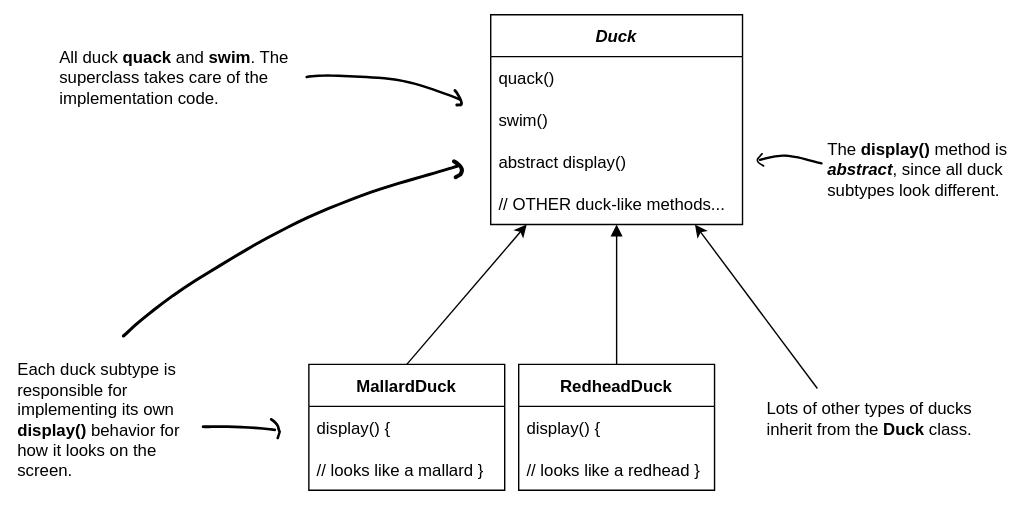
Above: head-first-design-patterns/diagrams/svg/01_duck_superclass.drawio.svg in huyurt/book-summary (draw.io), before the change. Source tidied: cells renumbered, new cells last; positions are measured from the earlier drawing's top-left corner, leaving out a move shared by most shapes.
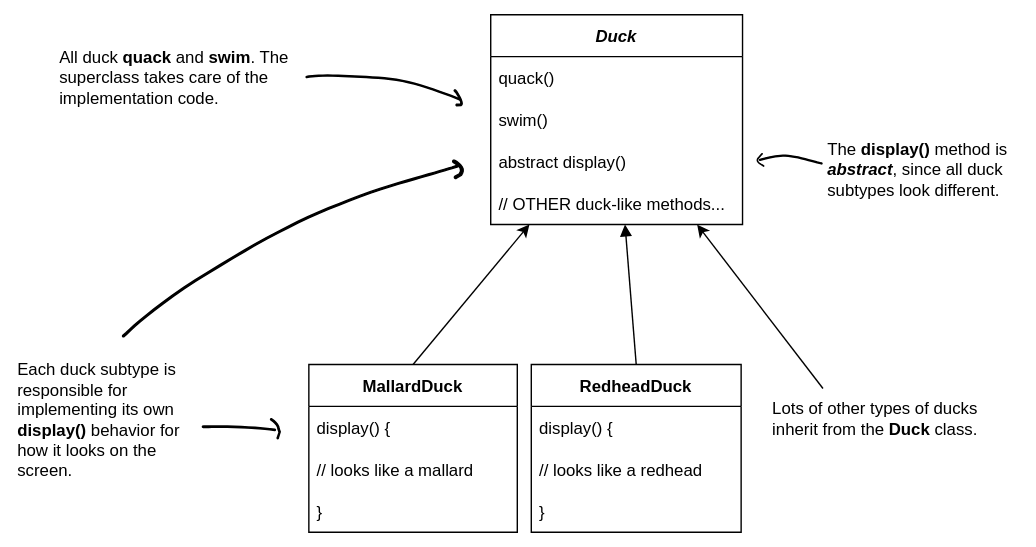
Above is the later version.

The edit, as a diff of the source:
```diff
@@ -18,23 +18,29 @@
       <mxGeometry y="120" width="180" height="30" as="geometry" />
     </mxCell>
     <mxCell id="7" value="MallardDuck" style="swimlane;fontStyle=1;horizontal=1;startSize=30;" parent="1" vertex="1">
-      <mxGeometry x="210" y="250" width="140" height="90" as="geometry" />
+      <mxGeometry x="210" y="250" width="149" height="120" as="geometry" />
     </mxCell>
     <mxCell id="8" value="display() {" style="text;strokeColor=none;fillColor=none;align=left;verticalAlign=middle;spacingLeft=4;spacingRight=4;overflow=hidden;" parent="7" vertex="1">
-      <mxGeometry y="30" width="140" height="30" as="geometry" />
+      <mxGeometry y="30" width="149" height="30" as="geometry" />
     </mxCell>
-    <mxCell id="9" value="// looks like a mallard }" style="text;strokeColor=none;fillColor=none;align=left;verticalAlign=middle;spacingLeft=4;spacingRight=4;overflow=hidden;" parent="7" vertex="1">
-      <mxGeometry y="60" width="140" height="30" as="geometry" />
+    <mxCell id="9" value="// looks like a mallard" style="text;strokeColor=none;fillColor=none;align=left;verticalAlign=middle;spacingLeft=4;spacingRight=4;overflow=hidden;" parent="7" vertex="1">
+      <mxGeometry y="60" width="149" height="30" as="geometry" />
     </mxCell>
+    <mxCell id="28" value="}" style="text;strokeColor=none;fillColor=none;align=left;verticalAlign=middle;spacingLeft=4;spacingRight=4;overflow=hidden;" parent="7" vertex="1">
+      <mxGeometry y="90" width="149" height="30" as="geometry" />
+    </mxCell>
     <mxCell id="10" value="RedheadDuck" style="swimlane;fontStyle=1;horizontal=1;startSize=30;" parent="1" vertex="1">
-      <mxGeometry x="360" y="250" width="140" height="90" as="geometry" />
+      <mxGeometry x="369" y="250" width="150" height="120" as="geometry" />
     </mxCell>
     <mxCell id="11" value="display() {" style="text;strokeColor=none;fillColor=none;align=left;verticalAlign=middle;spacingLeft=4;spacingRight=4;overflow=hidden;" parent="10" vertex="1">
-      <mxGeometry y="30" width="140" height="30" as="geometry" />
+      <mxGeometry y="30" width="150" height="30" as="geometry" />
     </mxCell>
-    <mxCell id="12" value="// looks like a redhead }" style="text;strokeColor=none;fillColor=none;align=left;verticalAlign=middle;spacingLeft=4;spacingRight=4;overflow=hidden;" parent="10" vertex="1">
-      <mxGeometry y="60" width="140" height="30" as="geometry" />
+    <mxCell id="12" value="// looks like a redhead" style="text;strokeColor=none;fillColor=none;align=left;verticalAlign=middle;spacingLeft=4;spacingRight=4;overflow=hidden;" parent="10" vertex="1">
+      <mxGeometry y="60" width="150" height="30" as="geometry" />
     </mxCell>
+    <mxCell id="29" value="}" style="text;strokeColor=none;fillColor=none;align=left;verticalAlign=middle;spacingLeft=4;spacingRight=4;overflow=hidden;" parent="10" vertex="1">
+      <mxGeometry y="90" width="150" height="30" as="geometry" />
+    </mxCell>
     <mxCell id="13" style="endArrow=classic;html=1;rounded=0;exitX=0.5;exitY=0;exitDx=0;exitDy=0;" parent="1" edge="1" source="7" target="2">
       <mxGeometry relative="1" as="geometry" />
     </mxCell>
@@ -60,7 +66,7 @@
       <mxGeometry x="312.8" y="103.9" width="7.5" height="13.2" as="geometry" />
     </mxCell>
     <mxCell id="21" value="Lots of other types of ducks inherit from the &lt;b&gt;Duck&lt;/b&gt;&amp;nbsp;class." style="text;html=1;strokeColor=none;fillColor=none;align=center;verticalAlign=middle;whiteSpace=wrap;rounded=0;" parent="1" vertex="1">
-      <mxGeometry x="536" y="267.2" width="150" height="42.8" as="geometry" />
+      <mxGeometry x="540" y="267.2" width="150" height="42.8" as="geometry" />
     </mxCell>
     <mxCell id="22" style="endArrow=classic;html=1;rounded=0;strokeColor=default;strokeWidth=1;exitX=0.25;exitY=0;exitDx=0;exitDy=0;" parent="1" edge="1" source="21" target="2">
       <mxGeometry relative="1" as="geometry" />
```
